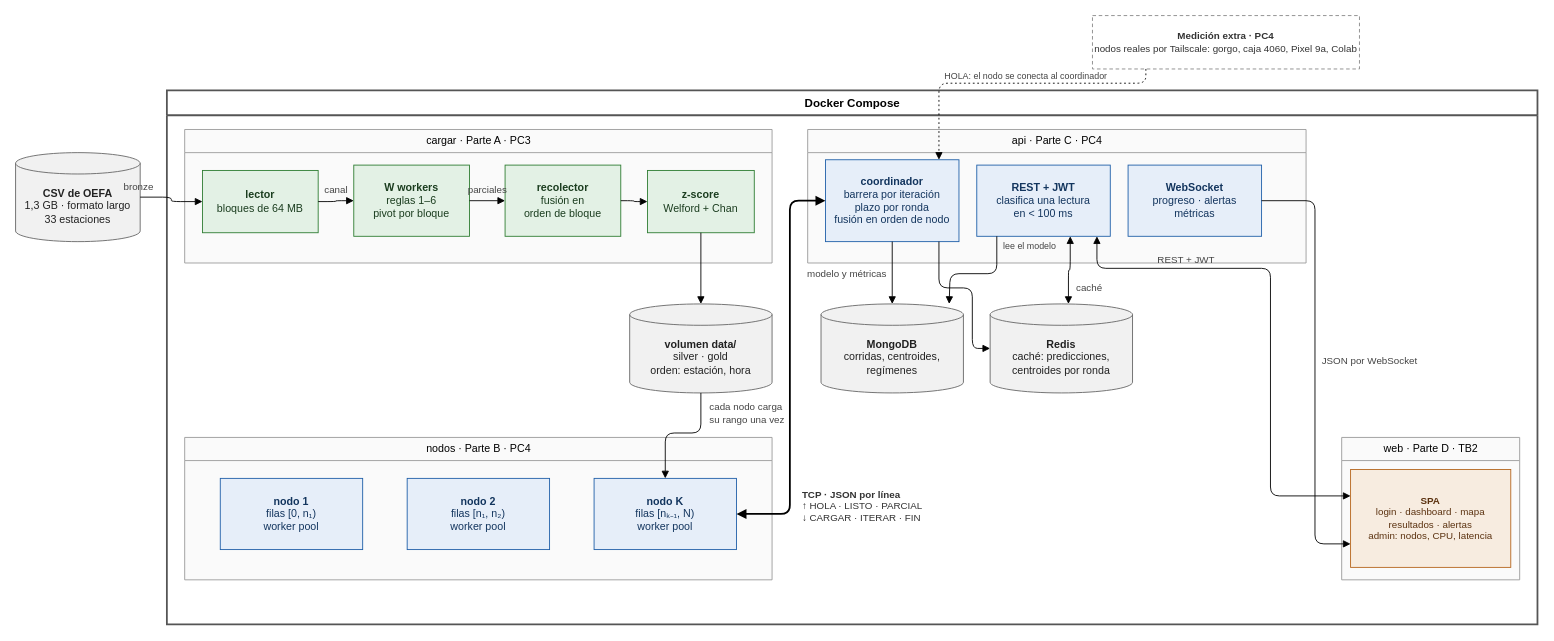
The draw.io diagram docs/diagramas/arquitectura.drawio in R0SEWT/aire-distribuido, before the edit. Source tidied: cells renumbered, new cells numbered last; positions are measured from the earlier drawing's top-left corner, leaving out a move shared by most shapes. Both pictures are drawn from the tidied source at 89%, with x=0, y=0 at pixel (15, 15).
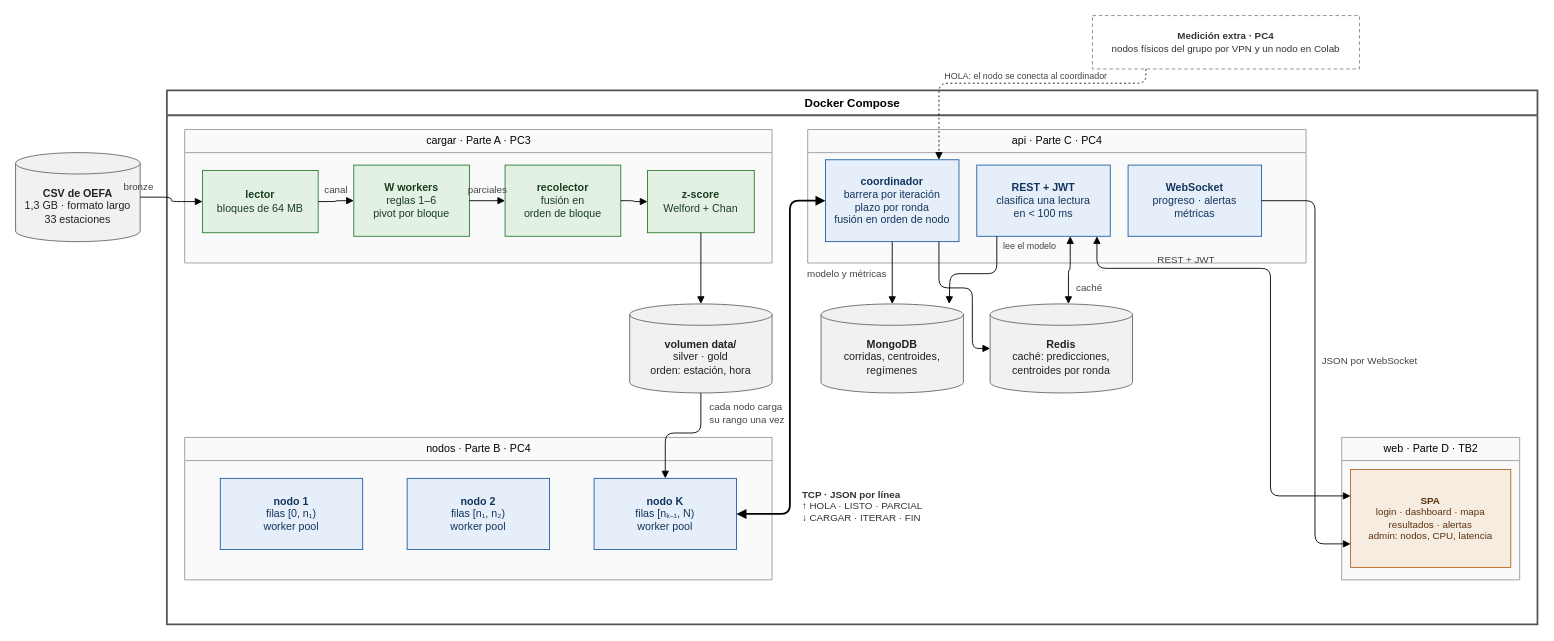
After the change.

What changed in the source:
```diff
@@
-    <mxCell id="3" value="&lt;b&gt;Medición extra · PC4&lt;/b&gt;&lt;br&gt;nodos reales por Tailscale: gorgo, caja 4060, Pixel 9a, Colab" style="rounded=0;whiteSpace=wrap;html=1;dashed=1;dashPattern=4 3;fillColor=#ffffff;strokeColor=#888888;fontColor=#333333;fontSize=11;" parent="1" vertex="1">
+    <mxCell id="3" value="&lt;b&gt;Medición extra · PC4&lt;/b&gt;&lt;br&gt;nodos físicos del grupo por VPN y un nodo en Colab" style="rounded=0;whiteSpace=wrap;html=1;dashed=1;dashPattern=4 3;fillColor=#ffffff;strokeColor=#888888;fontColor=#333333;fontSize=11;" parent="1" vertex="1">
       <mxGeometry x="1210" width="300" height="60" as="geometry" />
     </mxCell>
```
